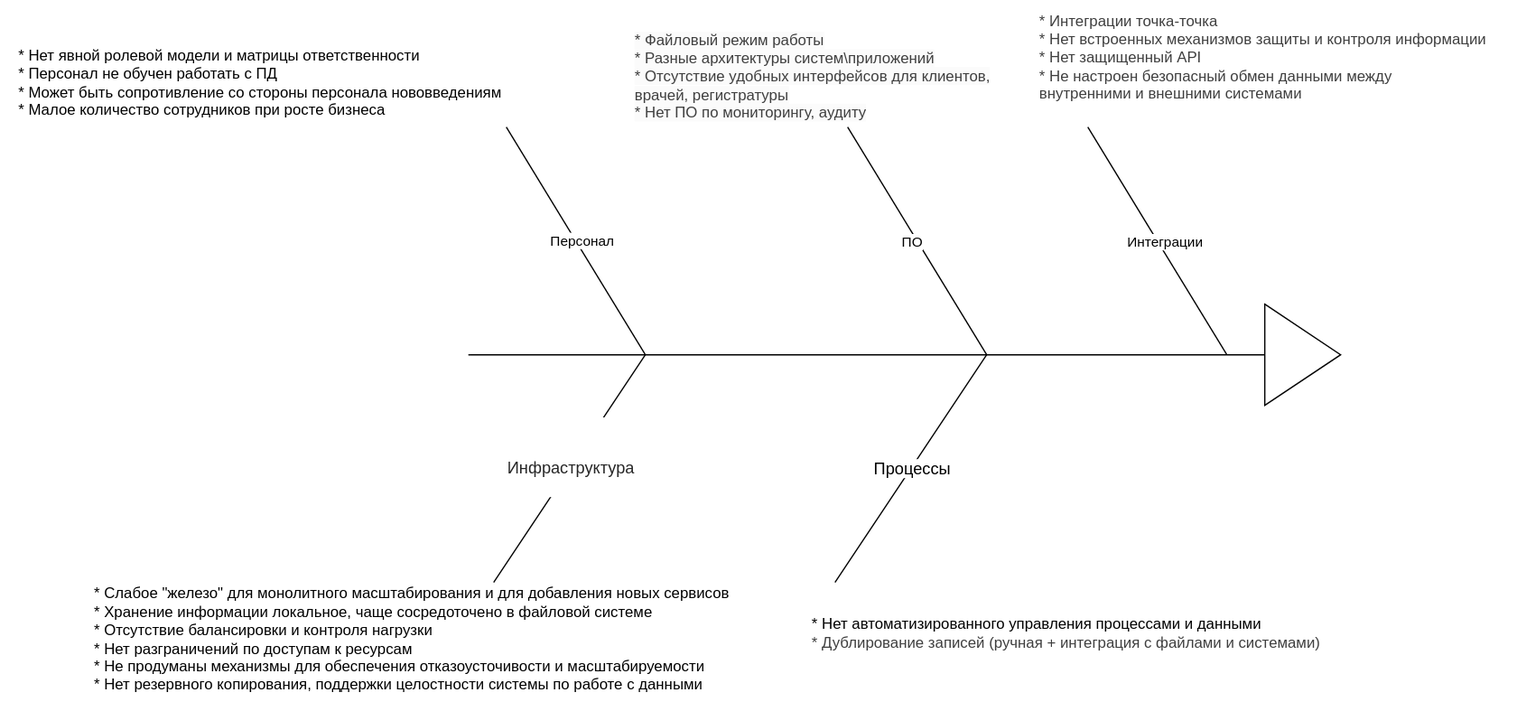
bofeof/architecture-medikamente keeps this draw.io diagram as task 4/Ishikawa.drawio.svg. Above is the earlier version. Source tidied: cells renumbered, new cells last; positions are measured from the earlier drawing's top-left corner, leaving out a move shared by most shapes.
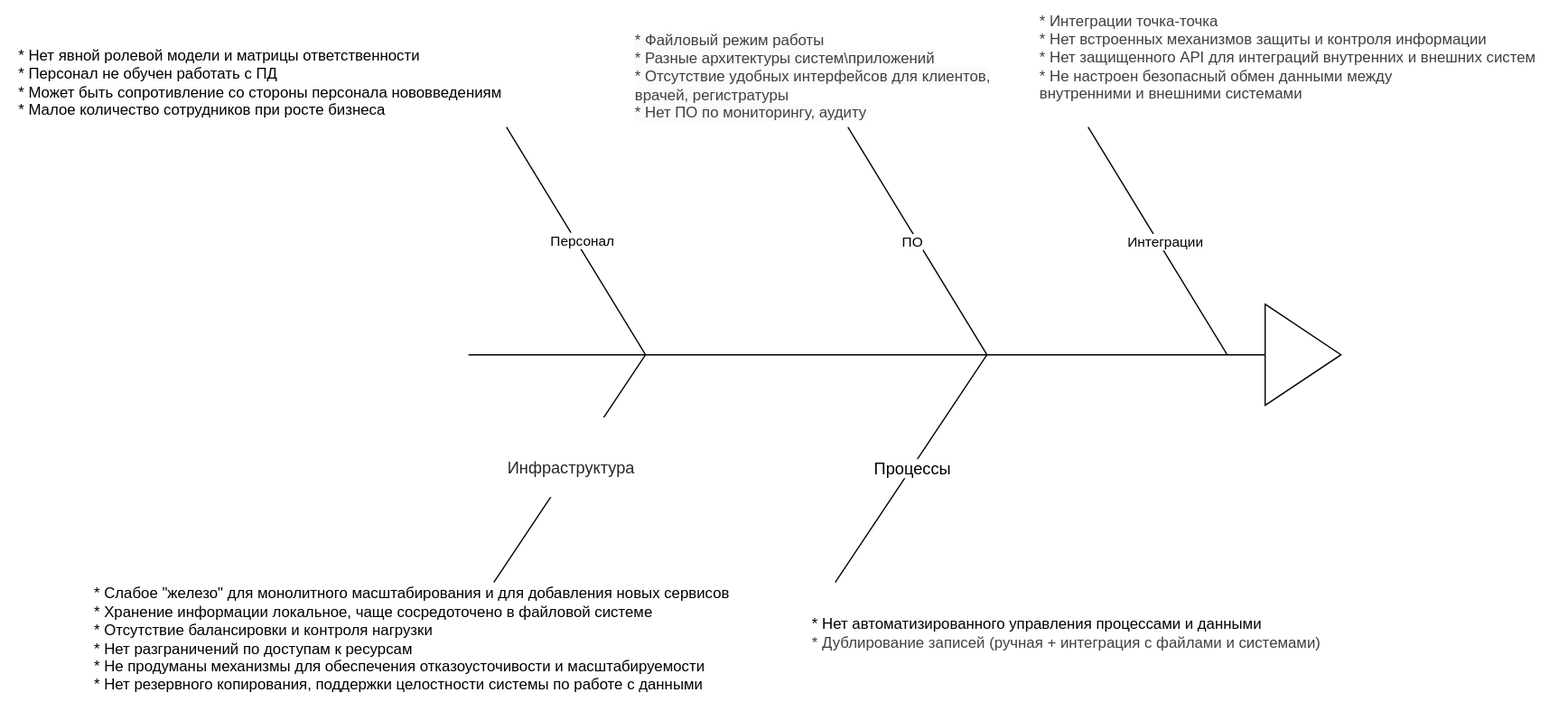
Above is the later version.

Commit message:
fix: ishikawa diagram

Diff of the diagram source:
```diff
@@ -65,8 +65,8 @@
     <mxCell id="14" value="&lt;font&gt;* Нет автоматизированного управления процессами и данными&lt;br&gt;&lt;div style=&quot;color: rgb(63, 63, 63); scrollbar-color: rgb(226, 226, 226) rgb(251, 251, 251);&quot;&gt;&lt;span style=&quot;color: rgb(63, 63, 63); scrollbar-color: rgb(226, 226, 226) rgb(251, 251, 251); background-color: transparent;&quot;&gt;&lt;font style=&quot;color: rgb(63, 63, 63); scrollbar-color: rgb(226, 226, 226) rgb(251, 251, 251);&quot;&gt;* Дублирование записей (ручная + интеграция с файлами и системами)&amp;nbsp;&lt;/font&gt;&lt;/span&gt;&lt;/div&gt;&lt;/font&gt;" style="text;html=1;align=left;verticalAlign=middle;strokeColor=none;fillColor=none;" parent="1" vertex="1">
       <mxGeometry x="640" y="480" width="430" height="40" as="geometry" />
     </mxCell>
-    <mxCell id="15" value="&lt;font style=&quot;color: rgb(63, 63, 63);&quot;&gt;* Интеграции точка-точка&lt;br&gt;* Нет встроенных механизмов защиты и контроля информации&lt;br&gt;* Нет защищенный API&lt;br&gt;* Не настроен безопасный обмен данными между&lt;br style=&quot;scrollbar-color: rgb(226, 226, 226) rgb(251, 251, 251); color: rgb(63, 63, 63);&quot;&gt;внутренними и внешними системами&lt;/font&gt;" style="text;html=1;align=left;verticalAlign=middle;strokeColor=none;fillColor=none;" parent="1" vertex="1">
-      <mxGeometry x="820" width="380" height="90" as="geometry" />
+    <mxCell id="15" value="&lt;font style=&quot;color: rgb(63, 63, 63);&quot;&gt;* Интеграции точка-точка&lt;br&gt;* Нет встроенных механизмов защиты и контроля информации&lt;br&gt;* Нет защищенного API для интеграций внутренних и внешних систем&lt;br&gt;* Не настроен безопасный обмен данными между&lt;br style=&quot;scrollbar-color: rgb(226, 226, 226) rgb(251, 251, 251); color: rgb(63, 63, 63);&quot;&gt;внутренними и внешними системами&lt;/font&gt;" style="text;html=1;align=left;verticalAlign=middle;strokeColor=none;fillColor=none;" parent="1" vertex="1">
+      <mxGeometry x="820" width="420" height="90" as="geometry" />
     </mxCell>
     <mxCell id="16" value="&lt;div style=&quot;text-align: left;&quot;&gt;&lt;span style=&quot;background-color: transparent;&quot;&gt;* Слабое &quot;железо&quot; для монолитного масштабирования и для добавления новых сервисов&lt;br&gt;* Хранение информации локальное, чаще сосредоточено в файловой системе&lt;/span&gt;&lt;/div&gt;&lt;div style=&quot;text-align: left;&quot;&gt;&lt;span style=&quot;background-color: transparent;&quot;&gt;* Отсутствие балансировки и контроля нагрузки&lt;br&gt;* Нет разграничений по доступам к ресурсам&lt;br&gt;* Не продуманы механизмы для обеспечения отказоусточивости и масштабируемости&lt;/span&gt;&lt;/div&gt;&lt;div style=&quot;text-align: left;&quot;&gt;* Нет резервного копирования, поддержки целостности системы по работе с данными&lt;/div&gt;" style="text;html=1;align=center;verticalAlign=middle;strokeColor=none;fillColor=none;" parent="1" vertex="1">
       <mxGeometry x="60" y="455" width="530" height="100" as="geometry" />
```
